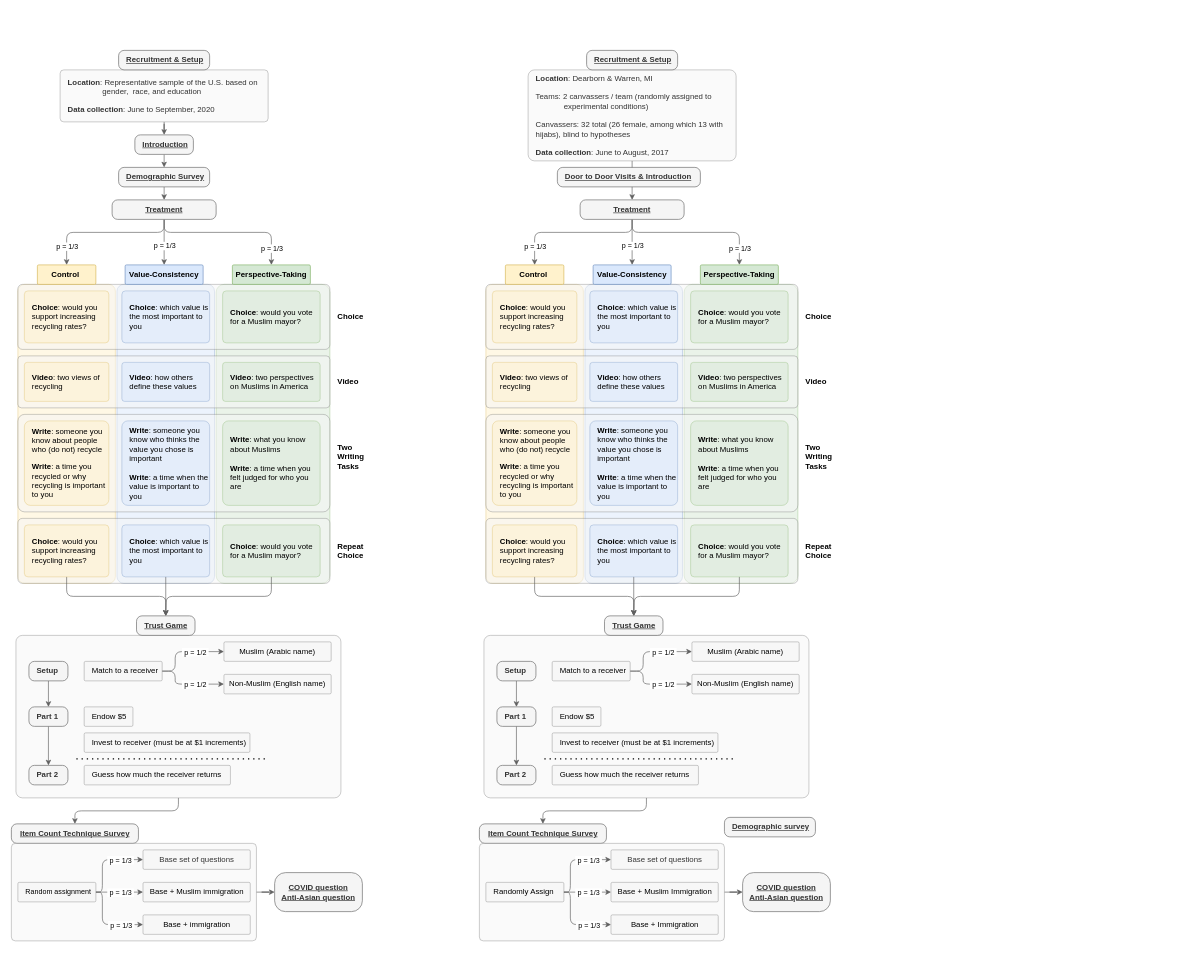
Earlier version of the draw.io diagram Muslim.drawio (changgge/changgge). Source tidied: cells renumbered, new cells numbered last; positions are measured from the earlier drawing's top-left corner, leaving out a move shared by most shapes. Both pictures are drawn from the tidied source at 65%, with x=0, y=0 at pixel (11, 50).
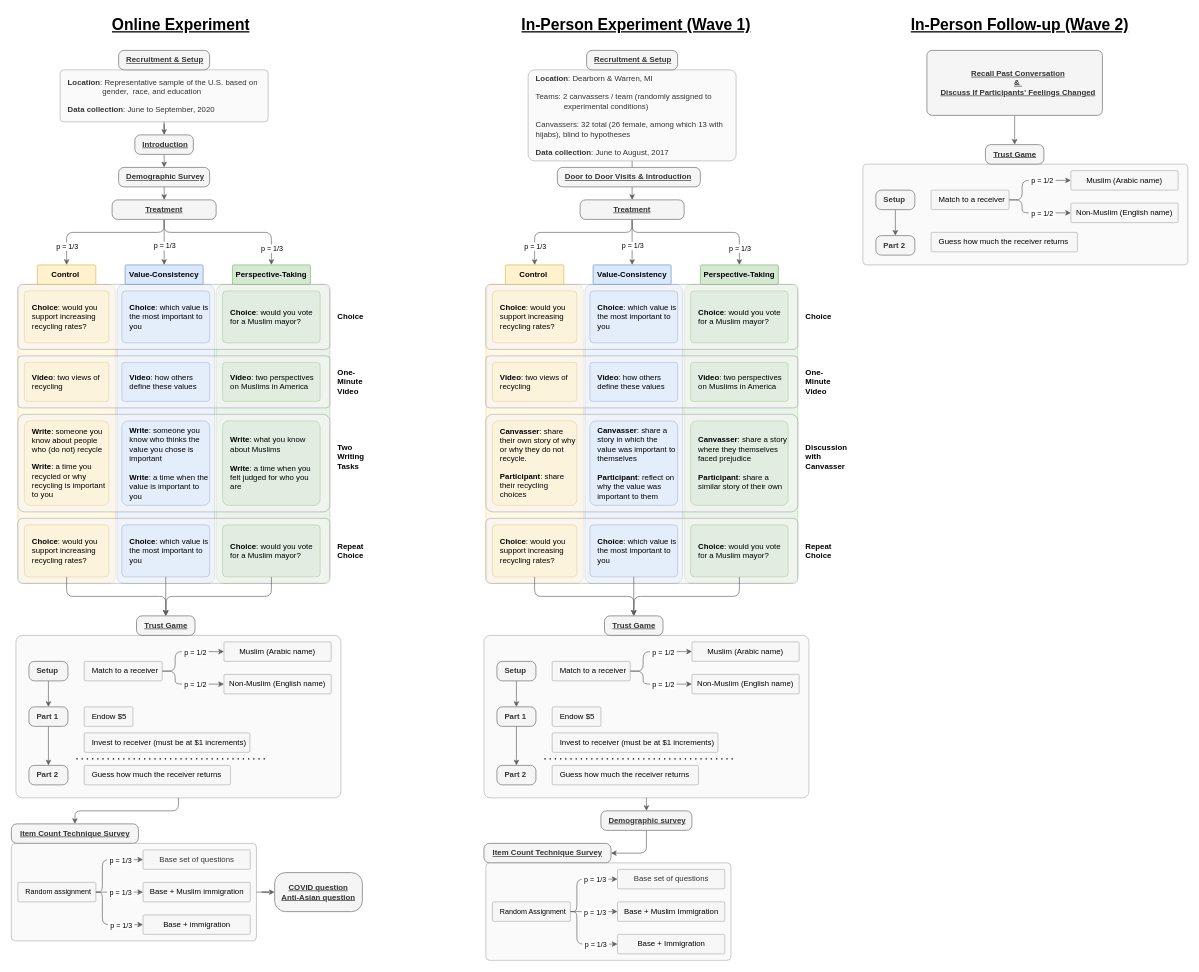
After the change.

The change refers to these unchanged cells:
```xml
<mxCell id="82" style="rounded=1;whiteSpace=wrap;html=1;align=left;spacingLeft=10;fillColor=#f5f5f5;strokeColor=#666666;arcSize=4;opacity=50;fontColor=#333333;" parent="1" vertex="1">
  <mxGeometry x="727" y="900" width="500" height="250" as="geometry" />
</mxCell>
```

The edit, as a diff of the source:
```diff
@@
-    <mxCell id="56" value="Video" style="text;html=1;whiteSpace=wrap;strokeColor=none;fillColor=none;align=left;verticalAlign=middle;rounded=0;fontStyle=1;" parent="1" vertex="1">
+    <mxCell id="56" value="One-Minute Video" style="text;html=1;whiteSpace=wrap;strokeColor=none;fillColor=none;align=left;verticalAlign=middle;rounded=0;fontStyle=1;" parent="1" vertex="1">
       <mxGeometry x="500" y="495" width="60" height="30" as="geometry" />
     </mxCell>
@@
-    <mxCell id="81" style="edgeStyle=orthogonalEdgeStyle;rounded=1;jettySize=auto;html=1;exitX=0.5;exitY=1;exitDx=0;exitDy=0;entryX=0.5;entryY=0;entryDx=0;entryDy=0;curved=0;strokeColor=light-dark(#606060, #ededed);" parent="1" edge="1" source="82" target="137">
+    <mxCell id="81" style="edgeStyle=orthogonalEdgeStyle;rounded=1;jettySize=auto;html=1;exitX=0.5;exitY=1;exitDx=0;exitDy=0;entryX=0.5;entryY=0;entryDx=0;entryDy=0;curved=0;strokeColor=light-dark(#606060, #ededed);" parent="1" edge="1" source="82" target="152">
       <mxGeometry relative="1" as="geometry" />
     </mxCell>
@@
-    <mxCell id="117" value="&lt;p&gt;&lt;b&gt;Write&lt;/b&gt;: someone you know about people who (do not) recycle&lt;/p&gt;&lt;p&gt;&lt;b&gt;Write&lt;/b&gt;: a time you recycled or why recycling is important to you&lt;/p&gt;" style="rounded=1;whiteSpace=wrap;html=1;align=left;spacingLeft=10;fillColor=#fff2cc;strokeColor=#d6b656;arcSize=7;opacity=50;" parent="1" vertex="1">
+    <mxCell id="117" value="&lt;p&gt;&lt;b&gt;Canvasser&lt;/b&gt;: share their own story of why or why they do not recycle.&lt;/p&gt;&lt;p&gt;&lt;b&gt;Participant&lt;/b&gt;: share their recycling choices&lt;/p&gt;" style="rounded=1;whiteSpace=wrap;html=1;align=left;spacingLeft=10;fillColor=#fff2cc;strokeColor=#d6b656;arcSize=7;opacity=50;" parent="1" vertex="1">
       <mxGeometry x="740" y="570" width="130" height="130" as="geometry" />
     </mxCell>
@@
-    <mxCell id="121" value="&lt;b&gt;Write&lt;/b&gt;: what you know about Muslims&amp;nbsp;&lt;div&gt;&lt;br&gt;&lt;div&gt;&lt;b&gt;Write&lt;/b&gt;: a time when you felt judged for who you are&lt;/div&gt;&lt;/div&gt;" style="rounded=1;whiteSpace=wrap;html=1;align=left;spacingLeft=10;fillColor=#d5e8d4;strokeColor=#82b366;arcSize=7;opacity=50;" parent="1" vertex="1">
+    <mxCell id="121" value="&lt;b&gt;Canvasser&lt;/b&gt;: share a story where they themselves faced prejudice&lt;div&gt;&lt;b&gt;&lt;br&gt;&lt;/b&gt;&lt;/div&gt;&lt;div&gt;&lt;b&gt;Participant&lt;/b&gt;: share a similar story of their own&lt;/div&gt;" style="rounded=1;whiteSpace=wrap;html=1;align=left;spacingLeft=10;fillColor=#d5e8d4;strokeColor=#82b366;arcSize=7;opacity=50;" parent="1" vertex="1">
       <mxGeometry x="1045" y="570" width="150" height="130" as="geometry" />
     </mxCell>
@@
-    <mxCell id="127" value="&lt;b&gt;Write&lt;/b&gt;: someone you know who thinks the value you chose is important&amp;nbsp;&lt;div&gt;&lt;br&gt;&lt;/div&gt;&lt;div&gt;&lt;b&gt;Write&lt;/b&gt;: a time when the value is important to you&lt;/div&gt;" style="rounded=1;whiteSpace=wrap;html=1;align=left;spacingLeft=10;fillColor=#dae8fc;strokeColor=#6c8ebf;arcSize=7;opacity=50;" parent="1" vertex="1">
+    <mxCell id="127" value="&lt;div&gt;&lt;b&gt;Canvasser&lt;/b&gt;: share a story in which the value was important to themselves&lt;/div&gt;&lt;b&gt;&lt;div&gt;&lt;b&gt;&lt;br&gt;&lt;/b&gt;&lt;/div&gt;Participant&lt;/b&gt;: reflect on why the value was important to them" style="rounded=1;whiteSpace=wrap;html=1;align=left;spacingLeft=10;fillColor=#dae8fc;strokeColor=#6c8ebf;arcSize=7;opacity=50;" parent="1" vertex="1">
       <mxGeometry x="890" y="570" width="135" height="130" as="geometry" />
     </mxCell>
@@
-    <mxCell id="130" value="Video" style="text;html=1;whiteSpace=wrap;strokeColor=none;fillColor=none;align=left;verticalAlign=middle;rounded=0;fontStyle=1;" parent="1" vertex="1">
-      <mxGeometry x="1220" y="495" width="60" height="30" as="geometry" />
-    </mxCell>
@@
-    <mxCell id="132" value="Two Writing Tasks" style="text;html=1;whiteSpace=wrap;strokeColor=none;fillColor=none;align=left;verticalAlign=middle;rounded=0;fontStyle=1;" parent="1" vertex="1">
+    <mxCell id="132" value="Discussion with Canvasser" style="text;html=1;whiteSpace=wrap;strokeColor=none;fillColor=none;align=left;verticalAlign=middle;rounded=0;fontStyle=1;" parent="1" vertex="1">
       <mxGeometry x="1220" y="610" width="60" height="30" as="geometry" />
     </mxCell>
@@
     <mxCell id="137" value="Item Count Technique Survey" style="rounded=1;whiteSpace=wrap;html=1;align=center;spacingLeft=0;fillColor=#f5f5f5;strokeColor=#666666;arcSize=28;fontStyle=5;fontColor=#333333;" parent="1" vertex="1">
-      <mxGeometry x="720" y="1190" width="195.5" height="30" as="geometry" />
+      <mxGeometry x="727" y="1220" width="195.5" height="30" as="geometry" />
     </mxCell>
-    <mxCell id="138" style="edgeStyle=orthogonalEdgeStyle;rounded=0;jettySize=auto;html=1;exitX=1;exitY=0.5;exitDx=0;exitDy=0;strokeColor=light-dark(#606060, #ededed);" parent="1" edge="1" source="139" target="150">
-      <mxGeometry relative="1" as="geometry" />
-    </mxCell>
     <mxCell id="139" style="rounded=1;whiteSpace=wrap;html=1;align=left;spacingLeft=10;fillColor=#f5f5f5;strokeColor=#666666;arcSize=4;opacity=50;fontColor=#333333;" parent="1" vertex="1">
-      <mxGeometry x="720" y="1220" width="377" height="150" as="geometry" />
+      <mxGeometry x="730" y="1250" width="377" height="150" as="geometry" />
     </mxCell>
     <mxCell id="140" style="edgeStyle=orthogonalEdgeStyle;rounded=1;jettySize=auto;html=1;exitX=1;exitY=0.5;exitDx=0;exitDy=0;entryX=0;entryY=0.5;entryDx=0;entryDy=0;curved=0;strokeColor=light-dark(#606060, #ededed);" parent="1" edge="1" source="146" target="147">
       <mxGeometry relative="1" as="geometry">
         <Array as="points">
-          <mxPoint x="860" y="1295" />
-          <mxPoint x="860" y="1245" />
+          <mxPoint x="870" y="1325" />
+          <mxPoint x="870" y="1275" />
         </Array>
       </mxGeometry>
     </mxCell>
@@
     <mxCell id="144" style="edgeStyle=orthogonalEdgeStyle;rounded=1;jettySize=auto;html=1;exitX=1;exitY=0.5;exitDx=0;exitDy=0;entryX=0;entryY=0.5;entryDx=0;entryDy=0;curved=0;strokeColor=light-dark(#606060, #ededed);" parent="1" edge="1" source="146" target="149">
       <mxGeometry relative="1" as="geometry">
         <Array as="points">
-          <mxPoint x="860" y="1295" />
-          <mxPoint x="860" y="1345" />
+          <mxPoint x="870" y="1325" />
+          <mxPoint x="870" y="1375" />
         </Array>
       </mxGeometry>
     </mxCell>
@@
-    <mxCell id="146" value="&lt;span style=&quot;color: rgb(0, 0, 0);&quot;&gt;Randomly Assign&lt;/span&gt;" style="rounded=1;whiteSpace=wrap;html=1;align=left;spacingLeft=10;fillColor=#f5f5f5;strokeColor=#666666;arcSize=7;opacity=50;fontColor=#333333;" parent="1" vertex="1">
-      <mxGeometry x="730" y="1280" width="120" height="30" as="geometry" />
+    <mxCell id="146" value="&lt;span style=&quot;color: rgb(0, 0, 0);&quot;&gt;Random Assignment&lt;/span&gt;" style="rounded=1;whiteSpace=wrap;html=1;align=left;spacingLeft=10;fillColor=#f5f5f5;strokeColor=#666666;arcSize=7;opacity=50;fontColor=#333333;fontSize=11;" parent="1" vertex="1">
+      <mxGeometry x="740" y="1310" width="120" height="30" as="geometry" />
     </mxCell>
     <mxCell id="147" value="Base set of questions" style="rounded=1;whiteSpace=wrap;html=1;align=center;spacingLeft=0;fillColor=#f5f5f5;strokeColor=#666666;arcSize=7;opacity=50;fontColor=#333333;" parent="1" vertex="1">
-      <mxGeometry x="922.5" y="1230" width="165" height="30" as="geometry" />
+      <mxGeometry x="932.5" y="1260" width="165" height="30" as="geometry" />
     </mxCell>
     <mxCell id="148" value="&lt;font color=&quot;#000000&quot;&gt;&lt;span style=&quot;caret-color: rgb(0, 0, 0);&quot;&gt;Base + Muslim Immigration&lt;/span&gt;&lt;/font&gt;" style="rounded=1;whiteSpace=wrap;html=1;align=center;spacingLeft=0;fillColor=#f5f5f5;strokeColor=#666666;arcSize=7;opacity=50;fontColor=#333333;" parent="1" vertex="1">
-      <mxGeometry x="922.5" y="1280" width="165" height="30" as="geometry" />
+      <mxGeometry x="932.5" y="1310" width="165" height="30" as="geometry" />
     </mxCell>
     <mxCell id="149" value="&lt;span style=&quot;color: rgb(0, 0, 0);&quot;&gt;Base + Immigration&lt;/span&gt;" style="rounded=1;whiteSpace=wrap;html=1;align=center;spacingLeft=0;fillColor=#f5f5f5;strokeColor=#666666;arcSize=7;opacity=50;fontColor=#333333;" parent="1" vertex="1">
-      <mxGeometry x="922.5" y="1330" width="165" height="30" as="geometry" />
+      <mxGeometry x="932.5" y="1360" width="165" height="30" as="geometry" />
     </mxCell>
-    <mxCell id="150" value="COVID question&lt;div&gt;Anti-Asian question&lt;/div&gt;" style="rounded=1;whiteSpace=wrap;html=1;align=center;spacingLeft=0;fillColor=#f5f5f5;strokeColor=#666666;arcSize=28;fontStyle=5;fontColor=#333333;" parent="1" vertex="1">
-      <mxGeometry x="1125" y="1265" width="135" height="60" as="geometry" />
-    </mxCell>
@@
+    <mxCell id="153" style="edgeStyle=orthogonalEdgeStyle;rounded=1;jettySize=auto;html=1;exitX=0.5;exitY=1;exitDx=0;exitDy=0;entryX=1;entryY=0.5;entryDx=0;entryDy=0;curved=0;strokeColor=light-dark(#606060, #ededed);" parent="1" edge="1" source="152" target="137">
+      <mxGeometry relative="1" as="geometry" />
+    </mxCell>
     <mxCell id="152" value="Demographic survey" style="rounded=1;whiteSpace=wrap;html=1;align=left;spacingLeft=10;fillColor=#f5f5f5;strokeColor=#666666;arcSize=28;fontStyle=5;fontColor=#333333;" parent="1" vertex="1">
-      <mxGeometry x="1097" y="1180" width="140" height="30" as="geometry" />
+      <mxGeometry x="907" y="1170" width="140" height="30" as="geometry" />
     </mxCell>
+    <mxCell id="154" value="One-Minute Video" style="text;html=1;whiteSpace=wrap;strokeColor=none;fillColor=none;align=left;verticalAlign=middle;rounded=0;fontStyle=1;" parent="1" vertex="1">
+      <mxGeometry x="1220" y="495" width="60" height="30" as="geometry" />
+    </mxCell>
+    <mxCell id="155" value="&lt;h1 style=&quot;margin-top: 0px;&quot;&gt;Online Experiment&lt;/h1&gt;" style="text;html=1;whiteSpace=wrap;overflow=hidden;rounded=0;fontStyle=4;" parent="1" vertex="1">
+      <mxGeometry x="152.5" y="-60" width="337.5" height="120" as="geometry" />
+    </mxCell>
+    <mxCell id="156" value="&lt;h1 style=&quot;margin-top: 0px;&quot;&gt;In-Person Experiment (Wave 1)&lt;/h1&gt;" style="text;html=1;whiteSpace=wrap;overflow=hidden;rounded=0;fontStyle=4;" parent="1" vertex="1">
+      <mxGeometry x="783" y="-60" width="357" height="40" as="geometry" />
+    </mxCell>
+    <mxCell id="157" value="&lt;h1 style=&quot;margin-top: 0px;&quot;&gt;In-Person Follow-up (Wave 2)&lt;/h1&gt;" style="text;html=1;whiteSpace=wrap;overflow=hidden;rounded=0;fontStyle=4;" parent="1" vertex="1">
+      <mxGeometry x="1381.5" y="-60" width="357" height="40" as="geometry" />
+    </mxCell>
+    <mxCell id="158" style="edgeStyle=orthogonalEdgeStyle;rounded=0;jettySize=auto;html=1;exitX=0.5;exitY=1;exitDx=0;exitDy=0;entryX=0.5;entryY=0;entryDx=0;entryDy=0;strokeColor=light-dark(#606060, #ededed);" parent="1" edge="1" source="159" target="161">
+      <mxGeometry relative="1" as="geometry" />
+    </mxCell>
+    <mxCell id="159" value="Recall Past Conversation&lt;div&gt;&amp;amp;&amp;nbsp;&lt;/div&gt;&lt;div&gt;Discuss If Participants' Feelings Changed&lt;/div&gt;" style="rounded=1;whiteSpace=wrap;html=1;align=center;spacingLeft=10;fillColor=#f5f5f5;strokeColor=#666666;arcSize=8;fontStyle=5;fontColor=#333333;" parent="1" vertex="1">
+      <mxGeometry x="1408.5" width="270" height="100" as="geometry" />
+    </mxCell>
+    <mxCell id="160" style="rounded=1;whiteSpace=wrap;html=1;align=left;spacingLeft=10;fillColor=#f5f5f5;strokeColor=#666666;arcSize=4;opacity=50;fontColor=#333333;" parent="1" vertex="1">
+      <mxGeometry x="1310" y="175" width="500" height="155" as="geometry" />
+    </mxCell>
+    <mxCell id="161" value="Trust Game" style="rounded=1;whiteSpace=wrap;html=1;align=left;spacingLeft=10;fillColor=#f5f5f5;strokeColor=#666666;arcSize=28;fontStyle=5;fontColor=#333333;" parent="1" vertex="1">
+      <mxGeometry x="1498.5" y="145" width="90" height="30" as="geometry" />
+    </mxCell>
+    <mxCell id="162" style="edgeStyle=orthogonalEdgeStyle;rounded=1;jettySize=auto;html=1;exitX=1;exitY=0.5;exitDx=0;exitDy=0;entryX=0;entryY=0.5;entryDx=0;entryDy=0;curved=0;strokeColor=light-dark(#606060, #ededed);" parent="1" edge="1" source="166" target="167">
+      <mxGeometry relative="1" as="geometry">
+        <Array as="points">
+          <mxPoint x="1555" y="230" />
+          <mxPoint x="1555" y="200" />
+        </Array>
+      </mxGeometry>
+    </mxCell>
+    <mxCell id="163" value="&amp;nbsp;p = 1/2&amp;nbsp;" style="edgeLabel;html=1;align=center;verticalAlign=middle;" parent="162" vertex="1">
+      <mxGeometry x="0.09" y="2" relative="1" as="geometry">
+        <mxPoint x="12" y="2" as="offset" />
+      </mxGeometry>
+    </mxCell>
+    <mxCell id="164" style="edgeStyle=orthogonalEdgeStyle;rounded=1;jettySize=auto;html=1;exitX=1;exitY=0.5;exitDx=0;exitDy=0;entryX=0;entryY=0.5;entryDx=0;entryDy=0;curved=0;strokeColor=light-dark(#606060, #ededed);" parent="1" edge="1" source="166" target="168">
+      <mxGeometry relative="1" as="geometry">
+        <Array as="points">
+          <mxPoint x="1555" y="230" />
+          <mxPoint x="1555" y="250" />
+        </Array>
+      </mxGeometry>
+    </mxCell>
+    <mxCell id="165" value="&amp;nbsp;p = 1/2&amp;nbsp;" style="edgeLabel;html=1;align=center;verticalAlign=middle;" parent="164" vertex="1">
+      <mxGeometry x="0.04" relative="1" as="geometry">
+        <mxPoint x="10" as="offset" />
+      </mxGeometry>
+    </mxCell>
+    <mxCell id="166" value="&lt;span style=&quot;color: rgb(0, 0, 0);&quot;&gt;Match to a receiver&lt;/span&gt;" style="rounded=1;whiteSpace=wrap;html=1;align=left;spacingLeft=10;fillColor=#f5f5f5;strokeColor=#666666;arcSize=7;opacity=50;fontColor=#333333;" parent="1" vertex="1">
+      <mxGeometry x="1415" y="215" width="120" height="30" as="geometry" />
+    </mxCell>
+    <mxCell id="167" value="&lt;span style=&quot;color: rgb(0, 0, 0);&quot;&gt;Muslim (Arabic name)&lt;/span&gt;" style="rounded=1;whiteSpace=wrap;html=1;align=center;spacingLeft=0;fillColor=#f5f5f5;strokeColor=#666666;arcSize=7;opacity=50;fontColor=#333333;" parent="1" vertex="1">
+      <mxGeometry x="1630" y="185" width="165" height="30" as="geometry" />
+    </mxCell>
+    <mxCell id="168" value="&lt;span style=&quot;color: rgb(0, 0, 0);&quot;&gt;Non-Muslim (English name)&lt;/span&gt;" style="rounded=1;whiteSpace=wrap;html=1;align=center;spacingLeft=0;fillColor=#f5f5f5;strokeColor=#666666;arcSize=7;opacity=50;fontColor=#333333;" parent="1" vertex="1">
+      <mxGeometry x="1630" y="235" width="165" height="30" as="geometry" />
+    </mxCell>
+    <mxCell id="169" value="Part 2" style="rounded=1;whiteSpace=wrap;html=1;align=left;spacingLeft=10;fillColor=#f5f5f5;strokeColor=#666666;arcSize=28;fontStyle=1;fontColor=#333333;" parent="1" vertex="1">
+      <mxGeometry x="1330" y="285" width="60" height="30" as="geometry" />
+    </mxCell>
+    <mxCell id="170" style="edgeStyle=orthogonalEdgeStyle;rounded=0;jettySize=auto;html=1;exitX=0.5;exitY=1;exitDx=0;exitDy=0;entryX=0.5;entryY=0;entryDx=0;entryDy=0;strokeColor=light-dark(#606060, #ededed);" parent="1" edge="1" source="171">
+      <mxGeometry relative="1" as="geometry">
+        <mxPoint x="1360" y="285" as="targetPoint" />
+      </mxGeometry>
+    </mxCell>
+    <mxCell id="171" value="Setup" style="rounded=1;whiteSpace=wrap;html=1;align=left;spacingLeft=10;fillColor=#f5f5f5;strokeColor=#666666;arcSize=28;fontStyle=1;fontColor=#333333;" parent="1" vertex="1">
+      <mxGeometry x="1330" y="215" width="60" height="30" as="geometry" />
+    </mxCell>
+    <mxCell id="172" value="&lt;span style=&quot;color: rgb(0, 0, 0);&quot;&gt;Guess how much the receiver returns&lt;/span&gt;" style="rounded=1;whiteSpace=wrap;html=1;align=left;spacingLeft=10;fillColor=#f5f5f5;strokeColor=#666666;arcSize=7;opacity=50;fontColor=#333333;" parent="1" vertex="1">
+      <mxGeometry x="1415" y="280" width="225" height="30" as="geometry" />
+    </mxCell>
```
